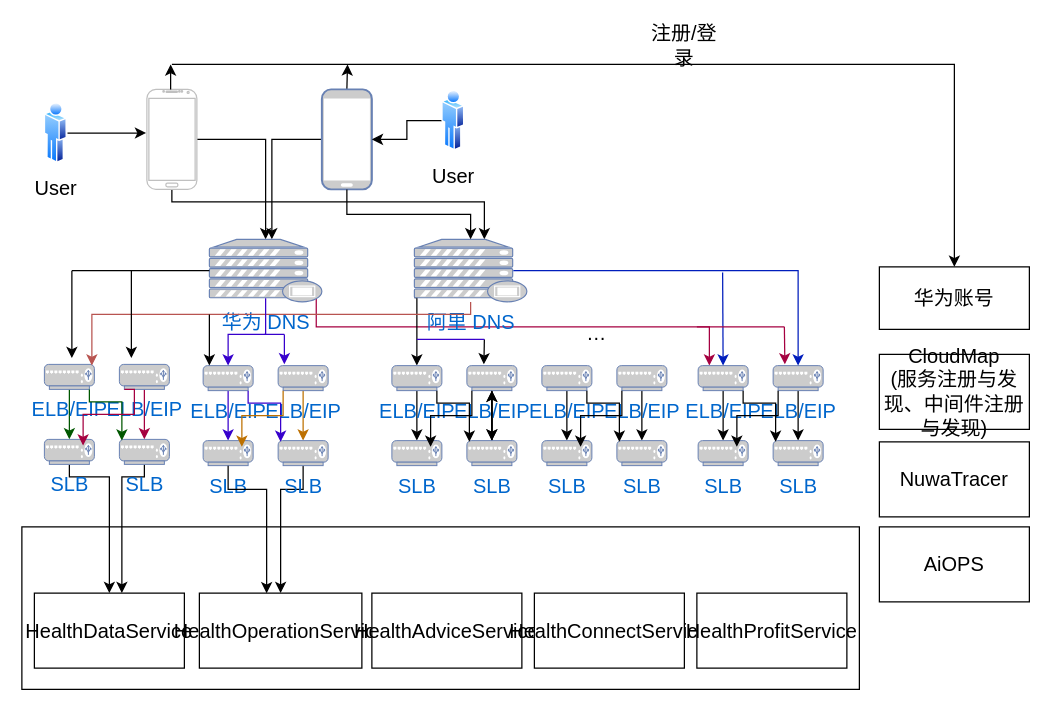
HuaHero/interview keeps this draw.io diagram as 运动健康云架构--第1层服务粒度架构.drawio. Above is the earlier version. Source tidied: cells renumbered, new cells numbered last; positions are measured from the earlier drawing's top-left corner, leaving out a move shared by most shapes. Both pictures are drawn from the tidied source at 125%, with x=0, y=0 at pixel (21, 26).
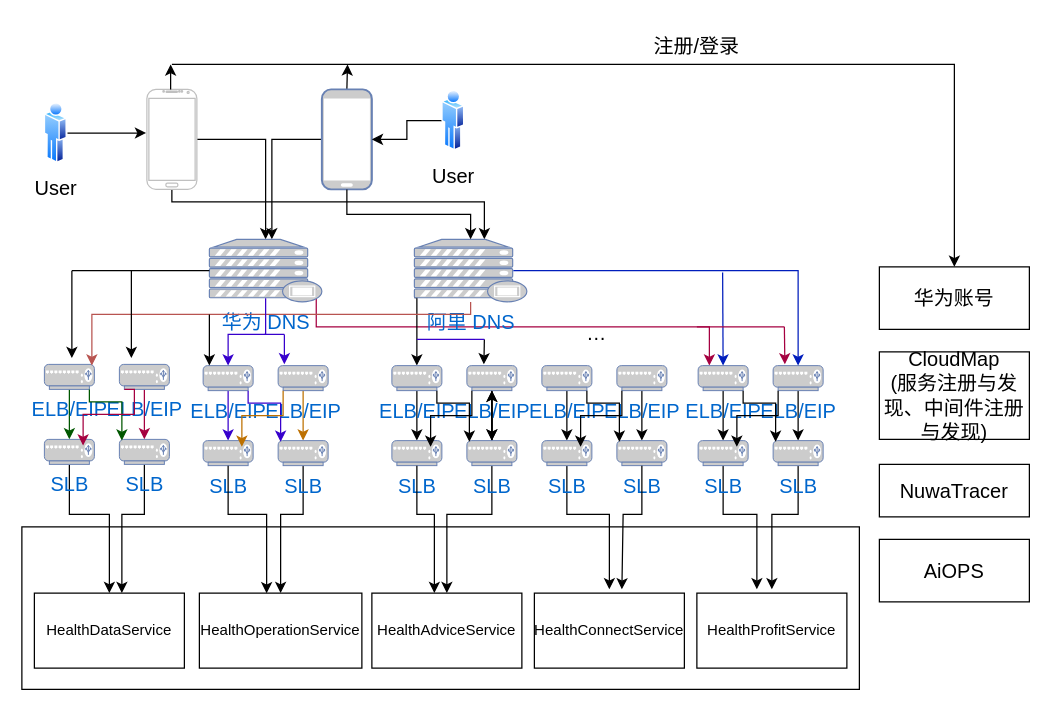
Above is the later version.

Commit message (it also covers changes not shown here):
更新运动健康云架构--第1层服务粒度架构.drawio

The change refers to these unchanged cells:
```xml
<mxCell id="27" value="SLB" style="fontColor=#0066CC;verticalAlign=top;verticalLabelPosition=bottom;labelPosition=center;align=center;html=1;outlineConnect=0;fillColor=#CCCCCC;strokeColor=#6881B3;gradientColor=none;gradientDirection=north;strokeWidth=2;shape=mxgraph.networks.load_balancer;fontSize=16;" parent="1" vertex="1">
  <mxGeometry x="18" y="330" width="40" height="20" as="geometry" />
</mxCell>
<mxCell id="29" value="SLB" style="fontColor=#0066CC;verticalAlign=top;verticalLabelPosition=bottom;labelPosition=center;align=center;html=1;outlineConnect=0;fillColor=#CCCCCC;strokeColor=#6881B3;gradientColor=none;gradientDirection=north;strokeWidth=2;shape=mxgraph.networks.load_balancer;fontSize=16;" parent="1" vertex="1">
  <mxGeometry x="78" y="330" width="40" height="20" as="geometry" />
</mxCell>
<mxCell id="36" value="SLB" style="fontColor=#0066CC;verticalAlign=top;verticalLabelPosition=bottom;labelPosition=center;align=center;html=1;outlineConnect=0;fillColor=#CCCCCC;strokeColor=#6881B3;gradientColor=none;gradientDirection=north;strokeWidth=2;shape=mxgraph.networks.load_balancer;fontSize=16;" parent="1" vertex="1">
  <mxGeometry x="145" y="331" width="40" height="20" as="geometry" />
</mxCell>
<mxCell id="38" value="SLB" style="fontColor=#0066CC;verticalAlign=top;verticalLabelPosition=bottom;labelPosition=center;align=center;html=1;outlineConnect=0;fillColor=#CCCCCC;strokeColor=#6881B3;gradientColor=none;gradientDirection=north;strokeWidth=2;shape=mxgraph.networks.load_balancer;fontSize=16;" parent="1" vertex="1">
  <mxGeometry x="205" y="331" width="40" height="20" as="geometry" />
</mxCell>
<mxCell id="46" value="SLB" style="fontColor=#0066CC;verticalAlign=top;verticalLabelPosition=bottom;labelPosition=center;align=center;html=1;outlineConnect=0;fillColor=#CCCCCC;strokeColor=#6881B3;gradientColor=none;gradientDirection=north;strokeWidth=2;shape=mxgraph.networks.load_balancer;fontSize=16;" parent="1" vertex="1">
  <mxGeometry x="296" y="331" width="40" height="20" as="geometry" />
</mxCell>
<mxCell id="49" value="SLB" style="fontColor=#0066CC;verticalAlign=top;verticalLabelPosition=bottom;labelPosition=center;align=center;html=1;outlineConnect=0;fillColor=#CCCCCC;strokeColor=#6881B3;gradientColor=none;gradientDirection=north;strokeWidth=2;shape=mxgraph.networks.load_balancer;fontSize=16;" parent="1" vertex="1">
  <mxGeometry x="356" y="331" width="40" height="20" as="geometry" />
</mxCell>
<mxCell id="56" value="SLB" style="fontColor=#0066CC;verticalAlign=top;verticalLabelPosition=bottom;labelPosition=center;align=center;html=1;outlineConnect=0;fillColor=#CCCCCC;strokeColor=#6881B3;gradientColor=none;gradientDirection=north;strokeWidth=2;shape=mxgraph.networks.load_balancer;fontSize=16;" parent="1" vertex="1">
  <mxGeometry x="416" y="331" width="40" height="20" as="geometry" />
</mxCell>
<mxCell id="57" value="SLB" style="fontColor=#0066CC;verticalAlign=top;verticalLabelPosition=bottom;labelPosition=center;align=center;html=1;outlineConnect=0;fillColor=#CCCCCC;strokeColor=#6881B3;gradientColor=none;gradientDirection=north;strokeWidth=2;shape=mxgraph.networks.load_balancer;fontSize=16;" parent="1" vertex="1">
  <mxGeometry x="476" y="331" width="40" height="20" as="geometry" />
</mxCell>
<mxCell id="64" value="SLB" style="fontColor=#0066CC;verticalAlign=top;verticalLabelPosition=bottom;labelPosition=center;align=center;html=1;outlineConnect=0;fillColor=#CCCCCC;strokeColor=#6881B3;gradientColor=none;gradientDirection=north;strokeWidth=2;shape=mxgraph.networks.load_balancer;fontSize=16;" parent="1" vertex="1">
  <mxGeometry x="541" y="331" width="40" height="20" as="geometry" />
</mxCell>
<mxCell id="65" value="SLB" style="fontColor=#0066CC;verticalAlign=top;verticalLabelPosition=bottom;labelPosition=center;align=center;html=1;outlineConnect=0;fillColor=#CCCCCC;strokeColor=#6881B3;gradientColor=none;gradientDirection=north;strokeWidth=2;shape=mxgraph.networks.load_balancer;fontSize=16;" parent="1" vertex="1">
  <mxGeometry x="601" y="331" width="40" height="20" as="geometry" />
</mxCell>
```

The edit, as a diff of the source:
```diff
@@
-    <mxCell id="4" value="HealthDataService" style="rounded=0;whiteSpace=wrap;html=1;fontSize=16;" parent="1" vertex="1">
+    <mxCell id="4" value="HealthDataService" style="rounded=0;whiteSpace=wrap;html=1;fontSize=12;" parent="1" vertex="1">
       <mxGeometry x="10" y="453" width="120" height="60" as="geometry" />
     </mxCell>
-    <mxCell id="5" value="HealthOperationService" style="rounded=0;whiteSpace=wrap;html=1;fontSize=16;" parent="1" vertex="1">
+    <mxCell id="5" value="HealthOperationService" style="rounded=0;whiteSpace=wrap;html=1;fontSize=12;" parent="1" vertex="1">
       <mxGeometry x="142" y="453" width="130" height="60" as="geometry" />
     </mxCell>
-    <mxCell id="6" value="HealthAdviceService" style="rounded=0;whiteSpace=wrap;html=1;fontSize=16;" parent="1" vertex="1">
+    <mxCell id="6" value="HealthAdviceService" style="rounded=0;whiteSpace=wrap;html=1;fontSize=12;" parent="1" vertex="1">
       <mxGeometry x="280" y="453" width="120" height="60" as="geometry" />
     </mxCell>
-    <mxCell id="7" value="HealthConnectService" style="rounded=0;whiteSpace=wrap;html=1;fontSize=16;" parent="1" vertex="1">
+    <mxCell id="7" value="HealthConnectService" style="rounded=0;whiteSpace=wrap;html=1;fontSize=12;" parent="1" vertex="1">
       <mxGeometry x="410" y="453" width="120" height="60" as="geometry" />
     </mxCell>
-    <mxCell id="8" value="HealthProfitService" style="rounded=0;whiteSpace=wrap;html=1;fontSize=16;" parent="1" vertex="1">
+    <mxCell id="8" value="HealthProfitService" style="rounded=0;whiteSpace=wrap;html=1;fontSize=12;" parent="1" vertex="1">
       <mxGeometry x="540" y="453" width="120" height="60" as="geometry" />
     </mxCell>
     <mxCell id="9" value="CloudMap&lt;br style=&quot;font-size: 16px;&quot;&gt;(服务注册与发现、中间件注册与发现)" style="rounded=0;whiteSpace=wrap;html=1;fontSize=16;" parent="1" vertex="1">
-      <mxGeometry x="686" y="262" width="120" height="60" as="geometry" />
+      <mxGeometry x="686" y="260" width="120" height="70" as="geometry" />
     </mxCell>
@@
     <mxCell id="26" style="edgeStyle=orthogonalEdgeStyle;rounded=0;jettySize=auto;html=1;fontSize=16;" parent="1" edge="1" source="27" target="4">
       <mxGeometry relative="1" as="geometry">
         <Array as="points">
-          <mxPoint x="38" y="360" />
-          <mxPoint x="70" y="360" />
+          <mxPoint x="38" y="390" />
+          <mxPoint x="70" y="390" />
         </Array>
       </mxGeometry>
     </mxCell>
@@
     <mxCell id="28" style="edgeStyle=orthogonalEdgeStyle;rounded=0;jettySize=auto;html=1;fontSize=16;" parent="1" edge="1" source="29" target="4">
       <mxGeometry relative="1" as="geometry">
         <Array as="points">
-          <mxPoint x="98" y="360" />
-          <mxPoint x="80" y="360" />
+          <mxPoint x="98" y="390" />
+          <mxPoint x="80" y="390" />
         </Array>
       </mxGeometry>
     </mxCell>
@@
     <mxCell id="37" style="edgeStyle=orthogonalEdgeStyle;rounded=0;jettySize=auto;html=1;exitX=0.5;exitY=1;exitDx=0;exitDy=0;exitPerimeter=0;entryX=0.5;entryY=0;entryDx=0;entryDy=0;fontSize=16;" parent="1" edge="1" source="38" target="5">
       <mxGeometry relative="1" as="geometry">
         <Array as="points">
-          <mxPoint x="225" y="370" />
-          <mxPoint x="207" y="370" />
+          <mxPoint x="225" y="390" />
+          <mxPoint x="207" y="390" />
         </Array>
       </mxGeometry>
     </mxCell>
@@
+    <mxCell id="92" style="edgeStyle=orthogonalEdgeStyle;rounded=0;jettySize=auto;html=1;exitX=0.5;exitY=1;exitDx=0;exitDy=0;exitPerimeter=0;" parent="1" edge="1" source="49" target="6">
+      <mxGeometry relative="1" as="geometry">
+        <Array as="points">
+          <mxPoint x="376" y="390" />
+          <mxPoint x="340" y="390" />
+        </Array>
+      </mxGeometry>
+    </mxCell>
@@
+    <mxCell id="93" style="edgeStyle=orthogonalEdgeStyle;rounded=0;jettySize=auto;html=1;exitX=0.5;exitY=1;exitDx=0;exitDy=0;exitPerimeter=0;" parent="1" edge="1" source="56">
+      <mxGeometry relative="1" as="geometry">
+        <mxPoint x="470" y="450" as="targetPoint" />
+        <Array as="points">
+          <mxPoint x="436" y="390" />
+          <mxPoint x="470" y="390" />
+        </Array>
+      </mxGeometry>
+    </mxCell>
@@
+    <mxCell id="94" style="edgeStyle=orthogonalEdgeStyle;rounded=0;jettySize=auto;html=1;exitX=0.5;exitY=1;exitDx=0;exitDy=0;exitPerimeter=0;" parent="1" edge="1" source="64">
+      <mxGeometry relative="1" as="geometry">
+        <mxPoint x="588" y="450" as="targetPoint" />
+        <Array as="points">
+          <mxPoint x="561" y="390" />
+          <mxPoint x="588" y="390" />
+        </Array>
+      </mxGeometry>
+    </mxCell>
@@
+    <mxCell id="95" style="edgeStyle=orthogonalEdgeStyle;rounded=0;jettySize=auto;html=1;exitX=0.5;exitY=1;exitDx=0;exitDy=0;exitPerimeter=0;" parent="1" edge="1" source="65">
+      <mxGeometry relative="1" as="geometry">
+        <mxPoint x="600" y="450" as="targetPoint" />
+        <Array as="points">
+          <mxPoint x="621" y="390" />
+          <mxPoint x="600" y="390" />
+        </Array>
+      </mxGeometry>
+    </mxCell>
@@
     <mxCell id="69" value="NuwaTracer" style="rounded=0;whiteSpace=wrap;html=1;fontSize=16;" parent="1" vertex="1">
-      <mxGeometry x="686" y="332" width="120" height="60" as="geometry" />
+      <mxGeometry x="686" y="350" width="120" height="42" as="geometry" />
     </mxCell>
     <mxCell id="70" value="AiOPS" style="rounded=0;whiteSpace=wrap;html=1;fontSize=16;" parent="1" vertex="1">
-      <mxGeometry x="686" y="400" width="120" height="60" as="geometry" />
+      <mxGeometry x="686" y="410" width="120" height="50" as="geometry" />
     </mxCell>
@@
     <mxCell id="72" style="edgeStyle=orthogonalEdgeStyle;rounded=0;jettySize=auto;html=1;exitX=0.5;exitY=1;exitDx=0;exitDy=0;exitPerimeter=0;entryX=0.414;entryY=0.002;entryDx=0;entryDy=0;entryPerimeter=0;fontSize=16;" parent="1" edge="1" source="36" target="5">
       <mxGeometry relative="1" as="geometry">
         <Array as="points">
-          <mxPoint x="165" y="370" />
-          <mxPoint x="196" y="370" />
+          <mxPoint x="165" y="390" />
+          <mxPoint x="196" y="390" />
         </Array>
       </mxGeometry>
     </mxCell>
@@
     <mxCell id="78" value="注册/登录" style="text;html=1;strokeColor=none;fillColor=none;align=center;verticalAlign=middle;whiteSpace=wrap;rounded=0;fontSize=16;" parent="1" vertex="1">
-      <mxGeometry x="500" width="60" height="30" as="geometry" />
+      <mxGeometry x="500" width="80" height="30" as="geometry" />
     </mxCell>
@@
+    <mxCell id="96" style="edgeStyle=orthogonalEdgeStyle;rounded=0;jettySize=auto;html=1;exitX=0.5;exitY=1;exitDx=0;exitDy=0;exitPerimeter=0;" parent="1" edge="1" source="46" target="6">
+      <mxGeometry relative="1" as="geometry">
+        <Array as="points">
+          <mxPoint x="316" y="390" />
+          <mxPoint x="330" y="390" />
+        </Array>
+      </mxGeometry>
+    </mxCell>
+    <mxCell id="97" style="edgeStyle=orthogonalEdgeStyle;rounded=0;jettySize=auto;html=1;exitX=0.5;exitY=1;exitDx=0;exitDy=0;exitPerimeter=0;" parent="1" edge="1" source="57">
+      <mxGeometry relative="1" as="geometry">
+        <mxPoint x="480" y="450" as="targetPoint" />
+        <Array as="points">
+          <mxPoint x="496" y="390" />
+          <mxPoint x="481" y="390" />
+        </Array>
+      </mxGeometry>
+    </mxCell>
```
